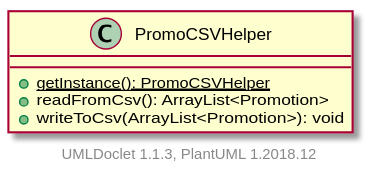
Before: projects/oodp/html/umlversion/uml/sg.edu.ntu.scse.cz2002.util.PromoCSVHelper.svg, a diagram exported from PlantUML (itachi1706/How-to-use-Git-NTUSCSE1819-Site).
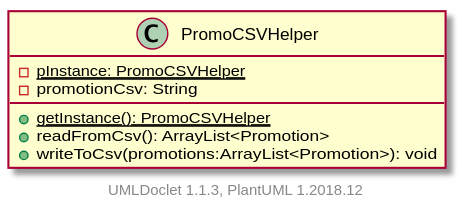
Later version of the same file.

What changed in the source:
```diff
@@ -1,9 +1,11 @@
 @startuml
 
-    class PromoCSVHelper {
+    class PromoCSVHelper [[../sg/edu/ntu/scse/cz2002/util/PromoCSVHelper.html]] {
+        {static} -pInstance: PromoCSVHelper
+        -promotionCsv: String
         {static} +getInstance(): PromoCSVHelper
         +readFromCsv(): ArrayList<Promotion>
-        +writeToCsv(ArrayList<Promotion>): void
+        +writeToCsv(promotions:ArrayList<Promotion>): void
     }
 
 
```
